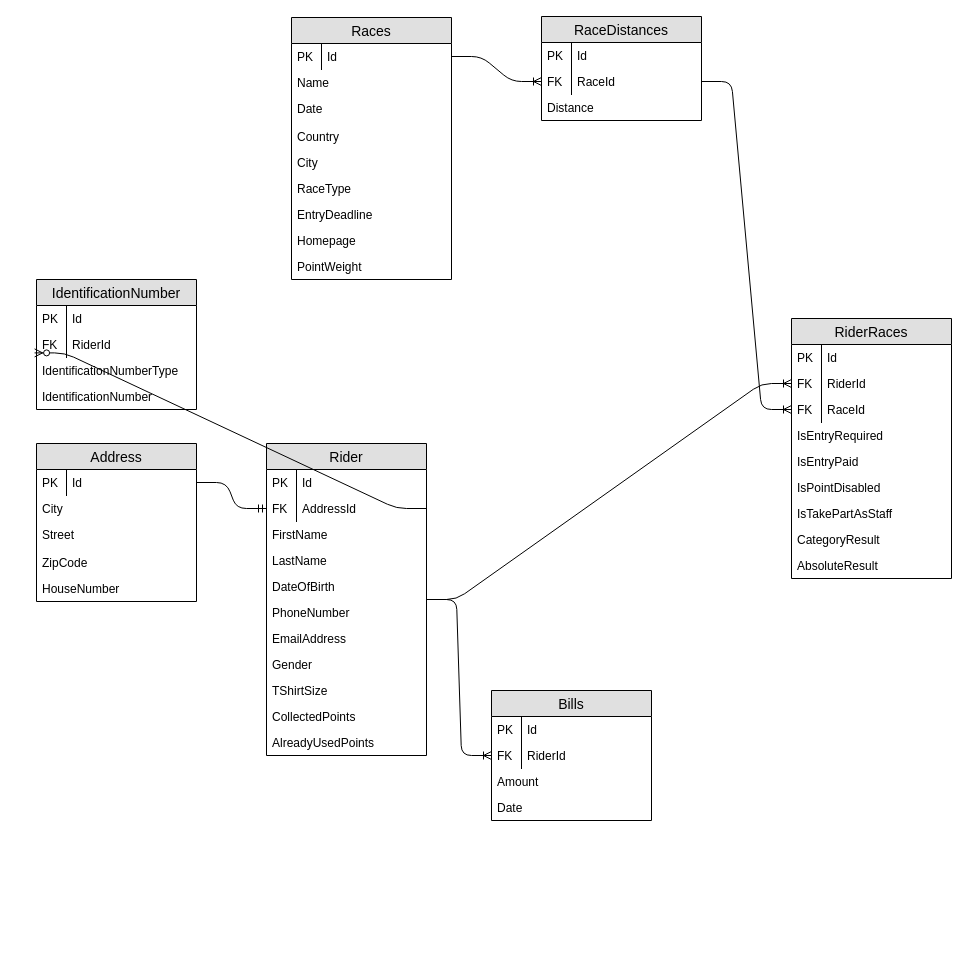
hegyiemilpeter/MyCyclingTeamManager keeps this draw.io diagram as MyCyclingTeamManager.Database.drawio. Above is the earlier version. Source tidied: cells renumbered, new cells numbered last; positions are measured from the earlier drawing's top-left corner, leaving out a move shared by most shapes. Both pictures are drawn from the tidied source at 100%, with x=0, y=0 at pixel (36, 16).
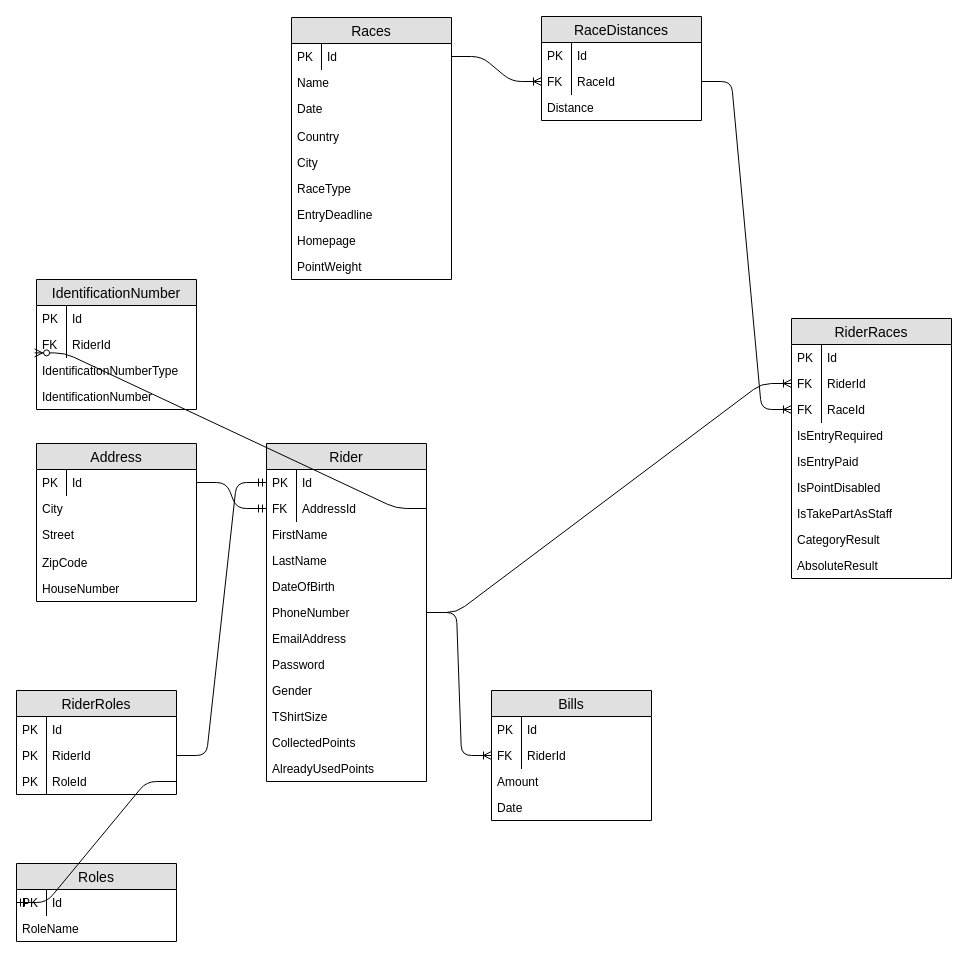
Above is the later version.

The change refers to these unchanged cells:
```xml
<mxCell id="20" value="Id" style="shape=partialRectangle;top=0;left=0;right=0;bottom=0;align=left;verticalAlign=top;fillColor=none;spacingLeft=34;spacingRight=4;overflow=hidden;points=[[0,0.5],[1,0.5]];portConstraint=eastwest;fontSize=12;" parent="19" vertex="1">
  <mxGeometry y="26" width="160" height="26" as="geometry" />
</mxCell>
```

What changed in the source:
```diff
@@
     <mxCell id="19" value="Rider" style="swimlane;fontStyle=0;horizontal=1;startSize=26;fillColor=#e0e0e0;swimlaneFillColor=#ffffff;align=center;fontSize=14;" parent="1" vertex="1">
-      <mxGeometry x="230" y="427" width="160" height="312" as="geometry" />
+      <mxGeometry x="230" y="427" width="160" height="338" as="geometry" />
     </mxCell>
@@
+    <mxCell id="73" value="Password" style="text;strokeColor=none;fillColor=none;spacingLeft=4;spacingRight=4;overflow=hidden;fontSize=12;" parent="19" vertex="1">
+      <mxGeometry y="208" width="160" height="26" as="geometry" />
+    </mxCell>
     <mxCell id="29" value="Gender" style="text;strokeColor=none;fillColor=none;spacingLeft=4;spacingRight=4;overflow=hidden;fontSize=12;" parent="19" vertex="1">
-      <mxGeometry y="208" width="160" height="26" as="geometry" />
+      <mxGeometry y="234" width="160" height="26" as="geometry" />
     </mxCell>
     <mxCell id="30" value="TShirtSize" style="text;strokeColor=none;fillColor=none;spacingLeft=4;spacingRight=4;overflow=hidden;fontSize=12;" parent="19" vertex="1">
-      <mxGeometry y="234" width="160" height="26" as="geometry" />
+      <mxGeometry y="260" width="160" height="26" as="geometry" />
     </mxCell>
     <mxCell id="31" value="CollectedPoints" style="text;strokeColor=none;fillColor=none;spacingLeft=4;spacingRight=4;overflow=hidden;fontSize=12;" parent="19" vertex="1">
-      <mxGeometry y="260" width="160" height="26" as="geometry" />
+      <mxGeometry y="286" width="160" height="26" as="geometry" />
     </mxCell>
     <mxCell id="32" value="AlreadyUsedPoints" style="text;strokeColor=none;fillColor=none;spacingLeft=4;spacingRight=4;overflow=hidden;fontSize=12;" parent="19" vertex="1">
-      <mxGeometry y="286" width="160" height="26" as="geometry" />
+      <mxGeometry y="312" width="160" height="26" as="geometry" />
     </mxCell>
@@
+    <mxCell id="74" value="Roles" style="swimlane;fontStyle=0;horizontal=1;startSize=26;fillColor=#e0e0e0;swimlaneFillColor=#ffffff;align=center;fontSize=14;" parent="1" vertex="1">
+      <mxGeometry x="-20" y="847" width="160" height="78" as="geometry" />
+    </mxCell>
+    <mxCell id="75" value="Id" style="shape=partialRectangle;top=0;left=0;right=0;bottom=0;align=left;verticalAlign=top;fillColor=none;spacingLeft=34;spacingRight=4;overflow=hidden;points=[[0,0.5],[1,0.5]];portConstraint=eastwest;fontSize=12;" parent="74" vertex="1">
+      <mxGeometry y="26" width="160" height="26" as="geometry" />
+    </mxCell>
+    <mxCell id="76" value="PK" style="shape=partialRectangle;top=0;left=0;bottom=0;fillColor=none;align=left;verticalAlign=top;spacingLeft=4;spacingRight=4;overflow=hidden;fontSize=12;" parent="75" vertex="1">
+      <mxGeometry width="30" height="26" as="geometry" />
+    </mxCell>
+    <mxCell id="77" value="RoleName" style="text;strokeColor=none;fillColor=none;spacingLeft=4;spacingRight=4;overflow=hidden;fontSize=12;" parent="74" vertex="1">
+      <mxGeometry y="52" width="160" height="26" as="geometry" />
+    </mxCell>
+    <mxCell id="78" value="RiderRoles" style="swimlane;fontStyle=0;horizontal=1;startSize=26;fillColor=#e0e0e0;swimlaneFillColor=#ffffff;align=center;fontSize=14;" parent="1" vertex="1">
+      <mxGeometry x="-20" y="674" width="160" height="104" as="geometry" />
+    </mxCell>
+    <mxCell id="79" value="Id" style="shape=partialRectangle;top=0;left=0;right=0;bottom=0;align=left;verticalAlign=top;fillColor=none;spacingLeft=34;spacingRight=4;overflow=hidden;fontSize=12;" parent="78" vertex="1">
+      <mxGeometry y="26" width="160" height="26" as="geometry" />
+    </mxCell>
+    <mxCell id="80" value="PK" style="shape=partialRectangle;top=0;left=0;bottom=0;fillColor=none;align=left;verticalAlign=top;spacingLeft=4;spacingRight=4;overflow=hidden;fontSize=12;" parent="79" vertex="1">
+      <mxGeometry width="30" height="26" as="geometry" />
+    </mxCell>
+    <mxCell id="81" value="RiderId" style="shape=partialRectangle;top=0;left=0;right=0;bottom=0;align=left;verticalAlign=top;fillColor=none;spacingLeft=34;spacingRight=4;overflow=hidden;points=[[0,0.5],[1,0.5]];portConstraint=eastwest;fontSize=12;" parent="78" vertex="1">
+      <mxGeometry y="52" width="160" height="26" as="geometry" />
+    </mxCell>
+    <mxCell id="82" value="PK" style="shape=partialRectangle;top=0;left=0;bottom=0;fillColor=none;align=left;verticalAlign=top;spacingLeft=4;spacingRight=4;overflow=hidden;fontSize=12;" parent="81" vertex="1">
+      <mxGeometry width="30" height="26" as="geometry" />
+    </mxCell>
+    <mxCell id="83" value="RoleId" style="shape=partialRectangle;top=0;left=0;right=0;bottom=0;align=left;verticalAlign=top;fillColor=none;spacingLeft=34;spacingRight=4;overflow=hidden;points=[[0,0.5],[1,0.5]];portConstraint=eastwest;fontSize=12;" parent="78" vertex="1">
+      <mxGeometry y="78" width="160" height="26" as="geometry" />
+    </mxCell>
+    <mxCell id="84" value="PK" style="shape=partialRectangle;top=0;left=0;bottom=0;fillColor=none;align=left;verticalAlign=top;spacingLeft=4;spacingRight=4;overflow=hidden;fontSize=12;" parent="83" vertex="1">
+      <mxGeometry width="30" height="26" as="geometry" />
+    </mxCell>
+    <mxCell id="85" style="edgeStyle=entityRelationEdgeStyle;fontSize=12;html=1;endArrow=ERmandOne;entryX=0;entryY=0.5;entryDx=0;entryDy=0;exitX=1;exitY=0.5;exitDx=0;exitDy=0;" parent="1" edge="1" source="81" target="20">
+      <mxGeometry relative="1" as="geometry" />
+    </mxCell>
+    <mxCell id="86" style="edgeStyle=entityRelationEdgeStyle;fontSize=12;html=1;endArrow=ERmandOne;exitX=1;exitY=0.5;exitDx=0;exitDy=0;entryX=0;entryY=0.5;entryDx=0;entryDy=0;" parent="1" edge="1" source="83" target="75">
+      <mxGeometry relative="1" as="geometry" />
+    </mxCell>
```
